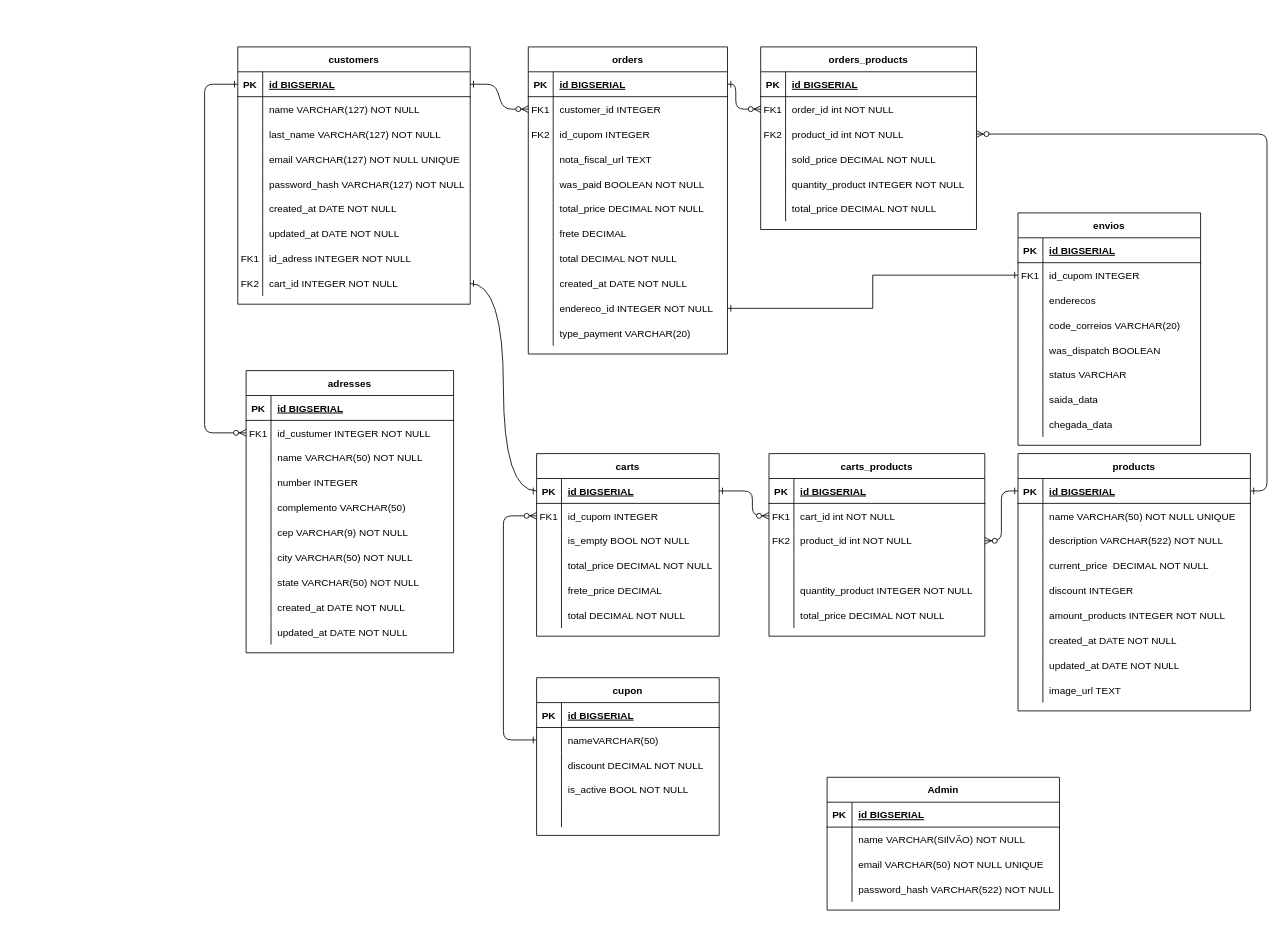
Before: capstone.drawio in GustavoM96/GustavoM96, a draw.io diagram. Source tidied: cells renumbered, new cells numbered last; positions are measured from the earlier drawing's top-left corner, leaving out a move shared by most shapes. Both pictures are drawn from the tidied source at 83%, with x=0, y=0 at pixel (-81, -120).
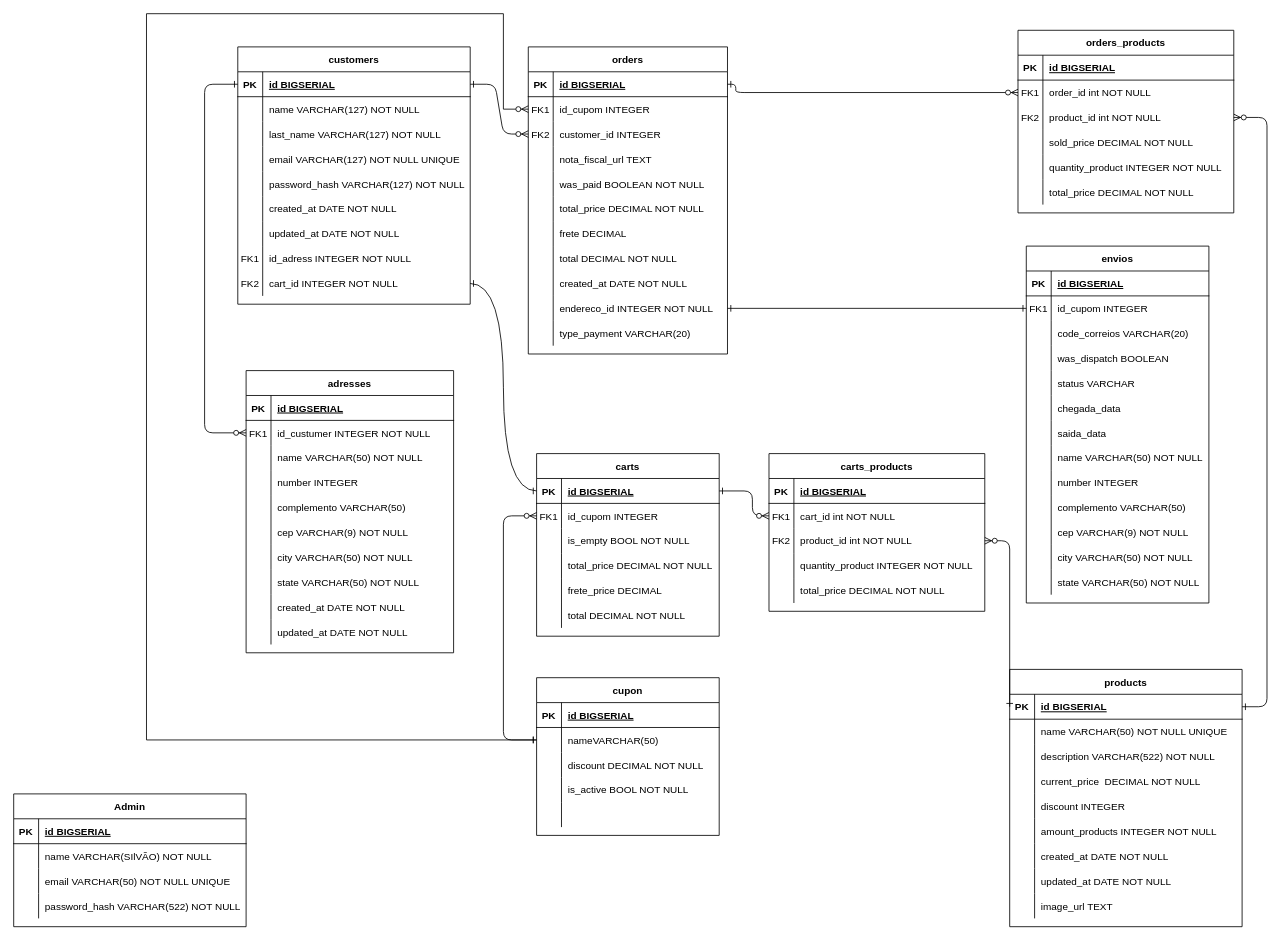
The same diagram, later.

Unchanged cells that the change refers to:
```xml
<mxCell id="5" style="shape=partialRectangle;fillColor=none;points=[[0,0.5],[1,0.5]];portConstraint=eastwest;top=0;left=0;right=0;bottom=1;" parent="4" vertex="1">
  <mxGeometry y="30" width="280" height="30" as="geometry" />
</mxCell>
<mxCell id="111" value="orders" style="shape=table;startSize=30;childLayout=tableLayout;rowLines=0;fontStyle=1;align=center;" parent="1" vertex="1">
  <mxGeometry x="733" y="200" width="240" height="370" as="geometry" />
</mxCell>
<mxCell id="153" style="shape=partialRectangle;fillColor=none;points=[[0,0.5],[1,0.5]];portConstraint=eastwest;top=0;left=0;right=0;bottom=0;" parent="146" vertex="1">
  <mxGeometry y="90" width="260" height="30" as="geometry" />
</mxCell>
<mxCell id="204" style="shape=partialRectangle;fillColor=none;points=[[0,0.5],[1,0.5]];portConstraint=eastwest;top=0;left=0;right=0;bottom=0;" parent="200" vertex="1">
  <mxGeometry y="60" width="220" height="30" as="geometry" />
</mxCell>
```

What changed in the source:
```diff
@@
     <mxCell id="4" value="products" style="shape=table;startSize=30;childLayout=tableLayout;rowLines=0;fontStyle=1;align=center;" parent="1" vertex="1">
-      <mxGeometry x="1323" y="690" width="280" height="310" as="geometry" />
+      <mxGeometry x="1313" y="950" width="280" height="310" as="geometry" />
     </mxCell>
@@
     <mxCell id="92" value="orders_products" style="shape=table;startSize=30;childLayout=tableLayout;rowLines=0;fontStyle=1;align=center;" parent="1" vertex="1">
-      <mxGeometry x="1013" y="200" width="260" height="220" as="geometry" />
+      <mxGeometry x="1323" y="180" width="260" height="220" as="geometry" />
     </mxCell>
@@
+    <mxCell id="118" style="shape=partialRectangle;fillColor=none;points=[[0,0.5],[1,0.5]];portConstraint=eastwest;top=0;left=0;right=0;bottom=0;" parent="111" vertex="1">
+      <mxGeometry y="60" width="240" height="30" as="geometry" />
+    </mxCell>
+    <mxCell id="119" value="FK1" style="shape=partialRectangle;overflow=hidden;fillColor=none;top=0;left=0;bottom=0;right=0;" parent="118" vertex="1">
+      <mxGeometry width="30" height="30" as="geometry" />
+    </mxCell>
+    <mxCell id="120" value="id_cupom INTEGER " style="shape=partialRectangle;overflow=hidden;fillColor=none;top=0;left=0;bottom=0;right=0;align=left;spacingLeft=6;" parent="118" vertex="1">
+      <mxGeometry x="30" width="210" height="30" as="geometry" />
+    </mxCell>
     <mxCell id="115" style="shape=partialRectangle;fillColor=none;points=[[0,0.5],[1,0.5]];portConstraint=eastwest;top=0;left=0;right=0;bottom=0;" parent="111" vertex="1">
-      <mxGeometry y="60" width="240" height="30" as="geometry" />
+      <mxGeometry y="90" width="240" height="30" as="geometry" />
     </mxCell>
-    <mxCell id="116" value="FK1" style="shape=partialRectangle;overflow=hidden;fillColor=none;top=0;left=0;bottom=0;right=0;" parent="115" vertex="1">
+    <mxCell id="116" value="FK2" style="shape=partialRectangle;overflow=hidden;fillColor=none;top=0;left=0;bottom=0;right=0;" parent="115" vertex="1">
       <mxGeometry width="30" height="30" as="geometry" />
     </mxCell>
@@
-    <mxCell id="118" style="shape=partialRectangle;fillColor=none;points=[[0,0.5],[1,0.5]];portConstraint=eastwest;top=0;left=0;right=0;bottom=0;" parent="111" vertex="1">
-      <mxGeometry y="90" width="240" height="30" as="geometry" />
-    </mxCell>
-    <mxCell id="119" value="FK2" style="shape=partialRectangle;overflow=hidden;fillColor=none;top=0;left=0;bottom=0;right=0;" parent="118" vertex="1">
-      <mxGeometry width="30" height="30" as="geometry" />
-    </mxCell>
-    <mxCell id="120" value="id_cupom INTEGER " style="shape=partialRectangle;overflow=hidden;fillColor=none;top=0;left=0;bottom=0;right=0;align=left;spacingLeft=6;" parent="118" vertex="1">
-      <mxGeometry x="30" width="210" height="30" as="geometry" />
-    </mxCell>
@@
     <mxCell id="146" value="carts_products" style="shape=table;startSize=30;childLayout=tableLayout;rowLines=0;fontStyle=1;align=center;" parent="1" vertex="1">
-      <mxGeometry x="1023" y="690" width="260" height="220" as="geometry" />
+      <mxGeometry x="1023" y="690" width="260" height="190" as="geometry" />
     </mxCell>
@@
-    <mxCell id="156" style="shape=partialRectangle;fillColor=none;top=0;left=0;right=0;bottom=0;" parent="146" vertex="1">
-      <mxGeometry y="120" width="260" height="30" as="geometry" />
-    </mxCell>
-    <mxCell id="157" style="shape=partialRectangle;overflow=hidden;fillColor=none;top=0;left=0;bottom=0;right=0;" parent="156" vertex="1">
-      <mxGeometry width="30" height="30" as="geometry" />
-    </mxCell>
-    <mxCell id="158" style="shape=partialRectangle;overflow=hidden;fillColor=none;top=0;left=0;bottom=0;right=0;align=left;spacingLeft=6;" parent="156" vertex="1">
-      <mxGeometry x="30" width="230" height="30" as="geometry" />
-    </mxCell>
     <mxCell id="159" style="shape=partialRectangle;fillColor=none;top=0;left=0;right=0;bottom=0;" parent="146" vertex="1">
-      <mxGeometry y="150" width="260" height="30" as="geometry" />
+      <mxGeometry y="120" width="260" height="30" as="geometry" />
     </mxCell>
@@
     <mxCell id="162" style="shape=partialRectangle;fillColor=none;top=0;left=0;right=0;bottom=0;" parent="146" vertex="1">
-      <mxGeometry y="180" width="260" height="30" as="geometry" />
+      <mxGeometry y="150" width="260" height="30" as="geometry" />
     </mxCell>
@@
     <mxCell id="186" style="endArrow=ERzeroToMany;startArrow=ERone;endFill=1;startFill=0;edgeStyle=elbowEdgeStyle;entryX=1;entryY=0.5;entryDx=0;entryDy=0;exitX=0;exitY=0.5;exitDx=0;exitDy=0;" parent="1" edge="1" source="5" target="153">
       <mxGeometry relative="1" as="geometry">
         <Array as="points">
+          <mxPoint x="1313" y="880" />
           <mxPoint x="1303" y="730" />
           <mxPoint x="640" y="650" />
           <mxPoint x="620" y="625" />
           <mxPoint x="640" y="595" />
           <mxPoint x="650" y="765" />
         </Array>
       </mxGeometry>
     </mxCell>
     <mxCell id="187" value="Admin" style="shape=table;startSize=30;childLayout=tableLayout;rowLines=0;fontStyle=1;align=center;" parent="1" vertex="1">
-      <mxGeometry x="1093" y="1080" width="280" height="160" as="geometry" />
+      <mxGeometry x="113" y="1100" width="280" height="160" as="geometry" />
     </mxCell>
@@
     <mxCell id="217" value="envios" style="shape=table;startSize=30;childLayout=tableLayout;rowLines=0;fontStyle=1;align=center;" parent="1" vertex="1">
-      <mxGeometry x="1323" y="400" width="220" height="280" as="geometry" />
+      <mxGeometry x="1333" y="440" width="220" height="430" as="geometry" />
     </mxCell>
@@
-    <mxCell id="224" style="shape=partialRectangle;fillColor=none;top=0;left=0;right=0;bottom=0;" parent="217" vertex="1">
-      <mxGeometry y="90" width="220" height="30" as="geometry" />
-    </mxCell>
-    <mxCell id="225" style="shape=partialRectangle;overflow=hidden;fillColor=none;top=0;left=0;bottom=0;right=0;" parent="224" vertex="1">
-      <mxGeometry width="30" height="30" as="geometry" />
-    </mxCell>
-    <mxCell id="226" value="enderecos" style="shape=partialRectangle;overflow=hidden;fillColor=none;top=0;left=0;bottom=0;right=0;align=left;spacingLeft=6;" parent="224" vertex="1">
-      <mxGeometry x="30" width="190" height="30" as="geometry" />
-    </mxCell>
     <mxCell id="227" style="shape=partialRectangle;fillColor=none;top=0;left=0;right=0;bottom=0;" parent="217" vertex="1">
-      <mxGeometry y="120" width="220" height="30" as="geometry" />
+      <mxGeometry y="90" width="220" height="30" as="geometry" />
     </mxCell>
@@
     <mxCell id="230" style="shape=partialRectangle;fillColor=none;top=0;left=0;right=0;bottom=0;" parent="217" vertex="1">
-      <mxGeometry y="150" width="220" height="30" as="geometry" />
+      <mxGeometry y="120" width="220" height="30" as="geometry" />
     </mxCell>
@@
     <mxCell id="233" style="shape=partialRectangle;fillColor=none;top=0;left=0;right=0;bottom=0;" parent="217" vertex="1">
-      <mxGeometry y="180" width="220" height="30" as="geometry" />
+      <mxGeometry y="150" width="220" height="30" as="geometry" />
     </mxCell>
@@
+    <mxCell id="239" style="shape=partialRectangle;fillColor=none;top=0;left=0;right=0;bottom=0;" parent="217" vertex="1">
+      <mxGeometry y="180" width="220" height="30" as="geometry" />
+    </mxCell>
+    <mxCell id="240" style="shape=partialRectangle;overflow=hidden;fillColor=none;top=0;left=0;bottom=0;right=0;" parent="239" vertex="1">
+      <mxGeometry width="30" height="30" as="geometry" />
+    </mxCell>
+    <mxCell id="241" value="chegada_data" style="shape=partialRectangle;overflow=hidden;fillColor=none;top=0;left=0;bottom=0;right=0;align=left;spacingLeft=6;" parent="239" vertex="1">
+      <mxGeometry x="30" width="190" height="30" as="geometry" />
+    </mxCell>
@@
-    <mxCell id="239" style="shape=partialRectangle;fillColor=none;top=0;left=0;right=0;bottom=0;" parent="217" vertex="1">
-      <mxGeometry y="240" width="220" height="30" as="geometry" />
-    </mxCell>
-    <mxCell id="240" style="shape=partialRectangle;overflow=hidden;fillColor=none;top=0;left=0;bottom=0;right=0;" parent="239" vertex="1">
-      <mxGeometry width="30" height="30" as="geometry" />
-    </mxCell>
-    <mxCell id="241" value="chegada_data" style="shape=partialRectangle;overflow=hidden;fillColor=none;top=0;left=0;bottom=0;right=0;align=left;spacingLeft=6;" parent="239" vertex="1">
-      <mxGeometry x="30" width="190" height="30" as="geometry" />
-    </mxCell>
+    <mxCell id="243" style="shape=partialRectangle;fillColor=none;top=0;left=0;right=0;bottom=0;" parent="217" vertex="1">
+      <mxGeometry y="240" width="220" height="30" as="geometry" />
+    </mxCell>
+    <mxCell id="244" style="shape=partialRectangle;overflow=hidden;fillColor=none;top=0;left=0;bottom=0;right=0;" parent="243" vertex="1">
+      <mxGeometry width="30" height="30" as="geometry" />
+    </mxCell>
+    <mxCell id="245" value="name VARCHAR(50) NOT NULL" style="shape=partialRectangle;overflow=hidden;fillColor=none;top=0;left=0;bottom=0;right=0;align=left;spacingLeft=6;" parent="243" vertex="1">
+      <mxGeometry x="30" width="190" height="30" as="geometry" />
+    </mxCell>
+    <mxCell id="246" style="shape=partialRectangle;fillColor=none;top=0;left=0;right=0;bottom=0;" parent="217" vertex="1">
+      <mxGeometry y="270" width="220" height="30" as="geometry" />
+    </mxCell>
+    <mxCell id="247" style="shape=partialRectangle;overflow=hidden;fillColor=none;top=0;left=0;bottom=0;right=0;" parent="246" vertex="1">
+      <mxGeometry width="30" height="30" as="geometry" />
+    </mxCell>
+    <mxCell id="248" value="number INTEGER" style="shape=partialRectangle;overflow=hidden;fillColor=none;top=0;left=0;bottom=0;right=0;align=left;spacingLeft=6;" parent="246" vertex="1">
+      <mxGeometry x="30" width="190" height="30" as="geometry" />
+    </mxCell>
+    <mxCell id="249" style="shape=partialRectangle;fillColor=none;top=0;left=0;right=0;bottom=0;" parent="217" vertex="1">
+      <mxGeometry y="300" width="220" height="30" as="geometry" />
+    </mxCell>
+    <mxCell id="250" style="shape=partialRectangle;overflow=hidden;fillColor=none;top=0;left=0;bottom=0;right=0;" parent="249" vertex="1">
+      <mxGeometry width="30" height="30" as="geometry" />
+    </mxCell>
+    <mxCell id="251" value="complemento VARCHAR(50)" style="shape=partialRectangle;overflow=hidden;fillColor=none;top=0;left=0;bottom=0;right=0;align=left;spacingLeft=6;" parent="249" vertex="1">
+      <mxGeometry x="30" width="190" height="30" as="geometry" />
+    </mxCell>
+    <mxCell id="252" style="shape=partialRectangle;fillColor=none;top=0;left=0;right=0;bottom=0;" parent="217" vertex="1">
+      <mxGeometry y="330" width="220" height="30" as="geometry" />
+    </mxCell>
+    <mxCell id="253" style="shape=partialRectangle;overflow=hidden;fillColor=none;top=0;left=0;bottom=0;right=0;" parent="252" vertex="1">
+      <mxGeometry width="30" height="30" as="geometry" />
+    </mxCell>
+    <mxCell id="254" value="cep VARCHAR(9) NOT NULL" style="shape=partialRectangle;overflow=hidden;fillColor=none;top=0;left=0;bottom=0;right=0;align=left;spacingLeft=6;" parent="252" vertex="1">
+      <mxGeometry x="30" width="190" height="30" as="geometry" />
+    </mxCell>
+    <mxCell id="255" style="shape=partialRectangle;fillColor=none;top=0;left=0;right=0;bottom=0;" parent="217" vertex="1">
+      <mxGeometry y="360" width="220" height="30" as="geometry" />
+    </mxCell>
+    <mxCell id="256" style="shape=partialRectangle;overflow=hidden;fillColor=none;top=0;left=0;bottom=0;right=0;" parent="255" vertex="1">
+      <mxGeometry width="30" height="30" as="geometry" />
+    </mxCell>
+    <mxCell id="257" value="city VARCHAR(50) NOT NULL" style="shape=partialRectangle;overflow=hidden;fillColor=none;top=0;left=0;bottom=0;right=0;align=left;spacingLeft=6;" parent="255" vertex="1">
+      <mxGeometry x="30" width="190" height="30" as="geometry" />
+    </mxCell>
+    <mxCell id="258" style="shape=partialRectangle;fillColor=none;top=0;left=0;right=0;bottom=0;" parent="217" vertex="1">
+      <mxGeometry y="390" width="220" height="30" as="geometry" />
+    </mxCell>
+    <mxCell id="259" style="shape=partialRectangle;overflow=hidden;fillColor=none;top=0;left=0;bottom=0;right=0;" parent="258" vertex="1">
+      <mxGeometry width="30" height="30" as="geometry" />
+    </mxCell>
+    <mxCell id="260" value="state VARCHAR(50) NOT NULL" style="shape=partialRectangle;overflow=hidden;fillColor=none;top=0;left=0;bottom=0;right=0;align=left;spacingLeft=6;" parent="258" vertex="1">
+      <mxGeometry x="30" width="190" height="30" as="geometry" />
+    </mxCell>
@@
+    <mxCell id="261" style="edgeStyle=orthogonalEdgeStyle;rounded=0;jettySize=auto;html=1;exitX=0;exitY=0.5;exitDx=0;exitDy=0;entryX=0;entryY=0.5;entryDx=0;entryDy=0;startArrow=ERzeroToMany;startFill=1;endArrow=ERone;endFill=0;" parent="1" edge="1" source="118" target="204">
+      <mxGeometry relative="1" as="geometry">
+        <Array as="points">
+          <mxPoint x="703" y="275" />
+          <mxPoint x="703" y="160" />
+          <mxPoint x="273" y="160" />
+          <mxPoint x="273" y="1035" />
+        </Array>
+      </mxGeometry>
+    </mxCell>
```
